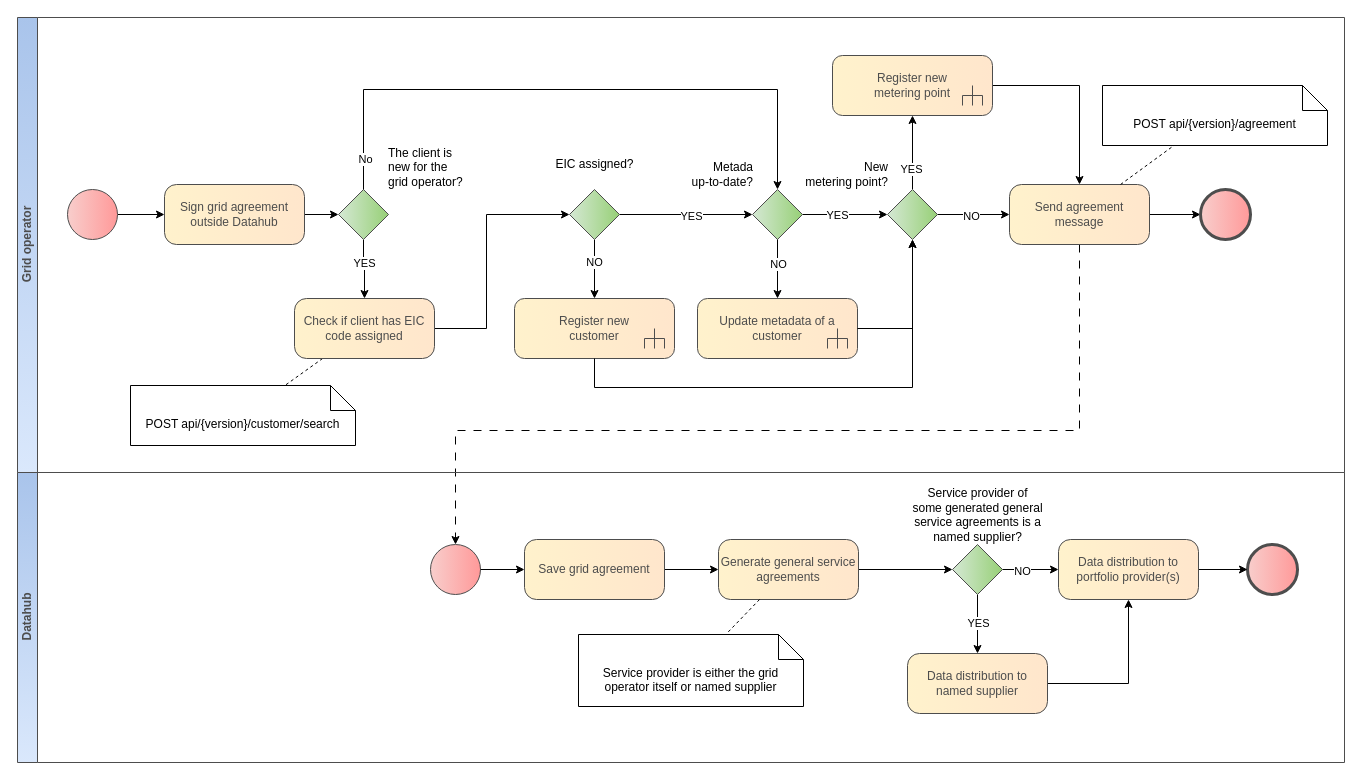
The draw.io diagram page "Register new grid agreement" (2 of 8) of diagrams/agreement-management/agreement-management.drawio in Elering/estfeed-datahub-docs, before the edit. Source tidied: cells renumbered, new cells numbered last; positions are measured from the earlier drawing's top-left corner, leaving out a move shared by most shapes. Both pictures are drawn from the tidied source at 100%, with x=0, y=0 at pixel (17, 17).
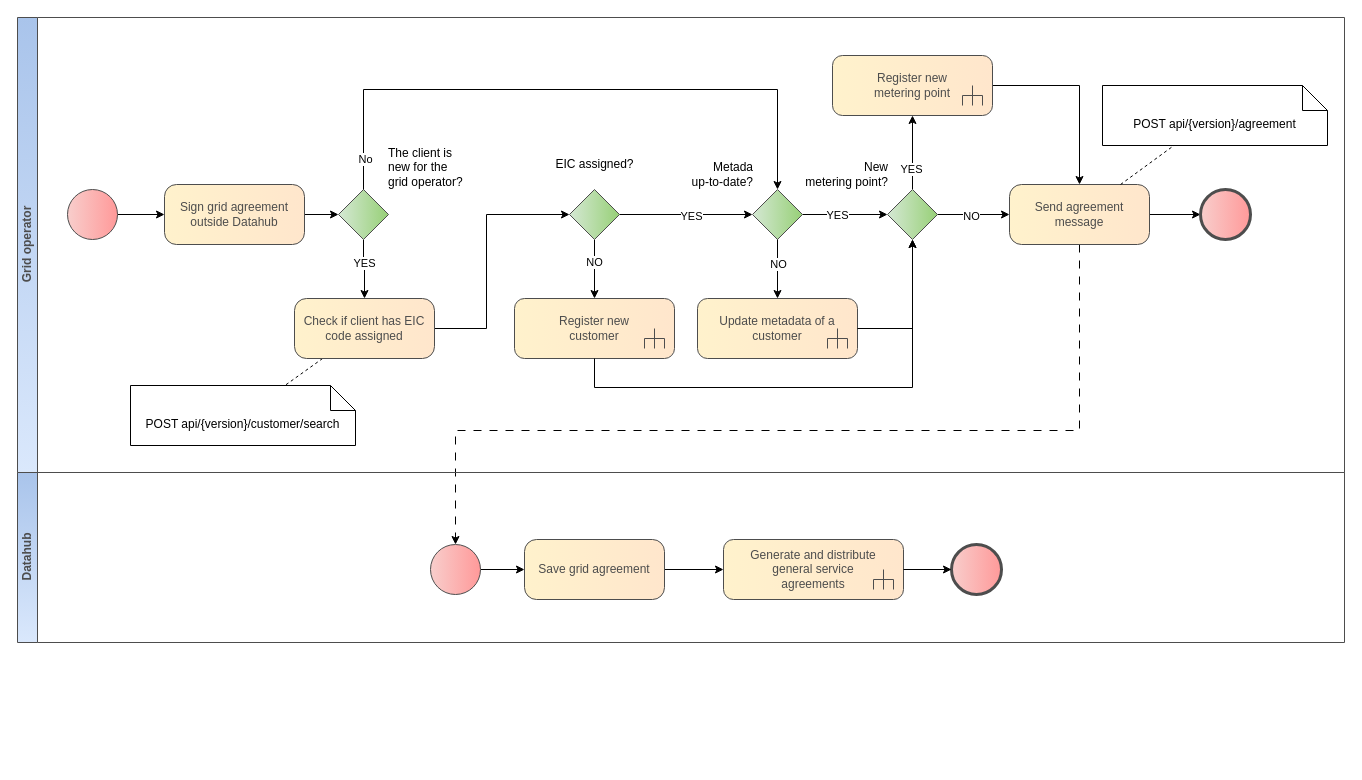
The same page after the edit.

Commit message (it also covers changes not shown here):
1) Added general service generation process and refactored some other processes 2) Added process for exhanging customer's billing metadada

Unchanged cells that the change refers to:
```xml
<mxCell id="46" value="Save grid agreement" style="rounded=1;whiteSpace=wrap;html=1;arcSize=20;fillColor=#fff2cc;strokeColor=#4D4D4D;shadow=0;fontColor=#4D4D4D;gradientColor=#FFE6CC;gradientDirection=east;glass=0;backgroundOutline=0;enumerate=0;labelBackgroundColor=none;labelBorderColor=none;strokeWidth=1;" parent="1" vertex="1">
  <mxGeometry x="507" y="522" width="140" height="60" as="geometry" />
</mxCell>
```

Change to the diagram source:
```diff
@@
     <mxCell id="39" value="Datahub" style="swimlane;html=1;horizontal=0;startSize=20;strokeColor=#4D4D4D;fillColor=#dae8fc;fontColor=#4D4D4D;gradientColor=#A9C4EB;gradientDirection=north;rotation=0;" parent="1" vertex="1">
-      <mxGeometry y="455" width="1327" height="290" as="geometry" />
+      <mxGeometry y="455" width="1327" height="170" as="geometry" />
     </mxCell>
-    <mxCell id="40" style="points=[[0.145,0.145,0],[0.5,0,0],[0.855,0.145,0],[1,0.5,0],[0.855,0.855,0],[0.5,1,0],[0.145,0.855,0],[0,0.5,0]];shape=mxgraph.bpmn.event;html=1;verticalLabelPosition=bottom;labelBackgroundColor=#ffffff;verticalAlign=bottom;align=center;perimeter=ellipsePerimeter;outlineConnect=0;outline=standard;symbol=general;fontFamily=Helvetica;fontSize=12;fontColor=#4D4D4D;fillColor=#f8cecc;strokeColor=#4D4D4D;rounded=1;shadow=0;strokeWidth=1;gradientColor=#FF9999;gradientDirection=east;" parent="39" vertex="1">
-      <mxGeometry x="413" y="72" width="50" height="50" as="geometry" />
-    </mxCell>
@@
-    <mxCell id="45" style="edgeStyle=orthogonalEdgeStyle;rounded=0;jettySize=auto;html=1;" parent="1" edge="1" source="46" target="48">
+    <mxCell id="45" style="edgeStyle=orthogonalEdgeStyle;rounded=0;jettySize=auto;html=1;entryX=0;entryY=0.5;entryDx=0;entryDy=0;entryPerimeter=0;" parent="1" edge="1" source="46" target="62">
       <mxGeometry relative="1" as="geometry" />
     </mxCell>
@@
-    <mxCell id="47" style="edgeStyle=orthogonalEdgeStyle;rounded=0;jettySize=auto;html=1;" parent="1" edge="1" source="48" target="55">
-      <mxGeometry relative="1" as="geometry" />
-    </mxCell>
-    <mxCell id="48" value="Generate general service agreements" style="rounded=1;whiteSpace=wrap;html=1;arcSize=20;fillColor=#fff2cc;strokeColor=#4D4D4D;shadow=0;fontColor=#4D4D4D;gradientColor=#FFE6CC;gradientDirection=east;glass=0;backgroundOutline=0;enumerate=0;labelBackgroundColor=none;labelBorderColor=none;strokeWidth=1;" parent="1" vertex="1">
-      <mxGeometry x="701" y="522" width="140" height="60" as="geometry" />
-    </mxCell>
-    <mxCell id="49" value="Service provider is either the grid operator itself or named supplier" style="shape=note2;boundedLbl=1;whiteSpace=wrap;html=1;size=25;verticalAlign=top;align=center;" parent="1" vertex="1">
-      <mxGeometry x="561" y="617" width="225" height="72" as="geometry" />
-    </mxCell>
-    <mxCell id="50" style="rounded=0;jettySize=auto;html=1;dashed=1;endArrow=none;endFill=0;" parent="1" edge="1" source="48" target="49">
-      <mxGeometry relative="1" as="geometry" />
-    </mxCell>
-    <mxCell id="51" style="edgeStyle=orthogonalEdgeStyle;rounded=0;jettySize=auto;html=1;" parent="1" edge="1" source="55" target="58">
-      <mxGeometry relative="1" as="geometry" />
-    </mxCell>
-    <mxCell id="52" value="NO" style="edgeLabel;html=1;align=center;verticalAlign=middle;" parent="51" vertex="1">
-      <mxGeometry x="-0.33" y="-1" relative="1" as="geometry" />
-    </mxCell>
-    <mxCell id="53" style="edgeStyle=orthogonalEdgeStyle;rounded=0;jettySize=auto;html=1;" parent="1" edge="1" source="55" target="60">
-      <mxGeometry relative="1" as="geometry" />
-    </mxCell>
-    <mxCell id="54" value="YES" style="edgeLabel;html=1;align=center;verticalAlign=middle;" parent="53" vertex="1">
-      <mxGeometry x="-0.05" relative="1" as="geometry" />
-    </mxCell>
-    <mxCell id="55" value="Service provider of&lt;br&gt;some generated general&lt;br&gt;service agreements is a&lt;br&gt;named supplier?" style="points=[[0.25,0.25,0],[0.5,0,0],[0.75,0.25,0],[1,0.5,0],[0.75,0.75,0],[0.5,1,0],[0.25,0.75,0],[0,0.5,0]];shape=mxgraph.bpmn.gateway2;html=1;verticalLabelPosition=top;labelBackgroundColor=#ffffff;verticalAlign=bottom;align=center;perimeter=rhombusPerimeter;outlineConnect=0;outline=none;symbol=none;fontFamily=Helvetica;fontSize=12;fontColor=#000000;fillColor=#D5E8D4;strokeColor=#4D4D4D;rounded=0;shadow=0;gradientColor=#97D077;gradientDirection=east;spacing=0;labelPosition=center;" parent="1" vertex="1">
-      <mxGeometry x="935" y="527" width="50" height="50" as="geometry" />
-    </mxCell>
+    <mxCell id="61" style="edgeStyle=orthogonalEdgeStyle;rounded=0;jettySize=auto;html=1;" parent="1" edge="1" source="40" target="46">
+      <mxGeometry relative="1" as="geometry" />
+    </mxCell>
+    <mxCell id="40" style="points=[[0.145,0.145,0],[0.5,0,0],[0.855,0.145,0],[1,0.5,0],[0.855,0.855,0],[0.5,1,0],[0.145,0.855,0],[0,0.5,0]];shape=mxgraph.bpmn.event;html=1;verticalLabelPosition=bottom;labelBackgroundColor=#ffffff;verticalAlign=bottom;align=center;perimeter=ellipsePerimeter;outlineConnect=0;outline=standard;symbol=general;fontFamily=Helvetica;fontSize=12;fontColor=#4D4D4D;fillColor=#f8cecc;strokeColor=#4D4D4D;rounded=1;shadow=0;strokeWidth=1;gradientColor=#FF9999;gradientDirection=east;" parent="1" vertex="1">
+      <mxGeometry x="413" y="527" width="50" height="50" as="geometry" />
+    </mxCell>
+    <mxCell id="62" value="Generate and distribute general service agreements" style="html=1;shape=mxgraph.sysml.callBehAct;whiteSpace=wrap;align=center;strokeColor=#4D4D4D;fillColor=#fff2cc;rounded=1;arcSize=40;shadow=0;spacingLeft=20;spacingRight=20;fontColor=#4D4D4D;gradientColor=#FFE6CC;gradientDirection=east;glass=0;labelBackgroundColor=none;labelBorderColor=none;" parent="1" vertex="1">
+      <mxGeometry x="706" y="522" width="180" height="60" as="geometry" />
+    </mxCell>
     <mxCell id="56" style="points=[[0.145,0.145,0],[0.5,0,0],[0.855,0.145,0],[1,0.5,0],[0.855,0.855,0],[0.5,1,0],[0.145,0.855,0],[0,0.5,0]];shape=mxgraph.bpmn.event;html=1;verticalLabelPosition=top;labelBackgroundColor=#ffffff;verticalAlign=middle;align=center;perimeter=ellipsePerimeter;outlineConnect=0;outline=end;symbol=terminate2;fontFamily=Helvetica;fontSize=12;fontColor=#000000;fillColor=#f8cecc;strokeColor=#4D4D4D;rounded=1;shadow=0;strokeWidth=1;gradientColor=#FF9999;gradientDirection=east;spacing=0;spacingTop=0;spacingLeft=0;spacingBottom=0;labelPosition=center;" parent="1" vertex="1">
-      <mxGeometry x="1230" y="527" width="50" height="50" as="geometry" />
+      <mxGeometry x="934" y="527" width="50" height="50" as="geometry" />
     </mxCell>
-    <mxCell id="57" style="edgeStyle=orthogonalEdgeStyle;rounded=0;jettySize=auto;html=1;" parent="1" edge="1" source="58" target="56">
+    <mxCell id="57" style="edgeStyle=orthogonalEdgeStyle;rounded=0;jettySize=auto;html=1;exitX=1;exitY=0.5;exitDx=0;exitDy=0;exitPerimeter=0;" parent="1" edge="1" source="62" target="56">
       <mxGeometry relative="1" as="geometry" />
     </mxCell>
-    <mxCell id="58" value="Data distribution to portfolio provider(s)" style="rounded=1;whiteSpace=wrap;html=1;arcSize=20;fillColor=#fff2cc;strokeColor=#4D4D4D;shadow=0;fontColor=#4D4D4D;gradientColor=#FFE6CC;gradientDirection=east;glass=0;backgroundOutline=0;enumerate=0;labelBackgroundColor=none;labelBorderColor=none;strokeWidth=1;" parent="1" vertex="1">
-      <mxGeometry x="1041" y="522" width="140" height="60" as="geometry" />
-    </mxCell>
-    <mxCell id="59" style="edgeStyle=orthogonalEdgeStyle;rounded=0;jettySize=auto;html=1;" parent="1" edge="1" source="60" target="58">
-      <mxGeometry relative="1" as="geometry" />
-    </mxCell>
-    <mxCell id="60" value="Data distribution to named supplier" style="rounded=1;whiteSpace=wrap;html=1;arcSize=20;fillColor=#fff2cc;strokeColor=#4D4D4D;shadow=0;fontColor=#4D4D4D;gradientColor=#FFE6CC;gradientDirection=east;glass=0;backgroundOutline=0;enumerate=0;labelBackgroundColor=none;labelBorderColor=none;strokeWidth=1;" parent="1" vertex="1">
-      <mxGeometry x="890" y="636" width="140" height="60" as="geometry" />
-    </mxCell>
-    <mxCell id="61" style="edgeStyle=orthogonalEdgeStyle;rounded=0;jettySize=auto;html=1;" parent="1" edge="1" source="40" target="46">
-      <mxGeometry relative="1" as="geometry" />
-    </mxCell>
```
